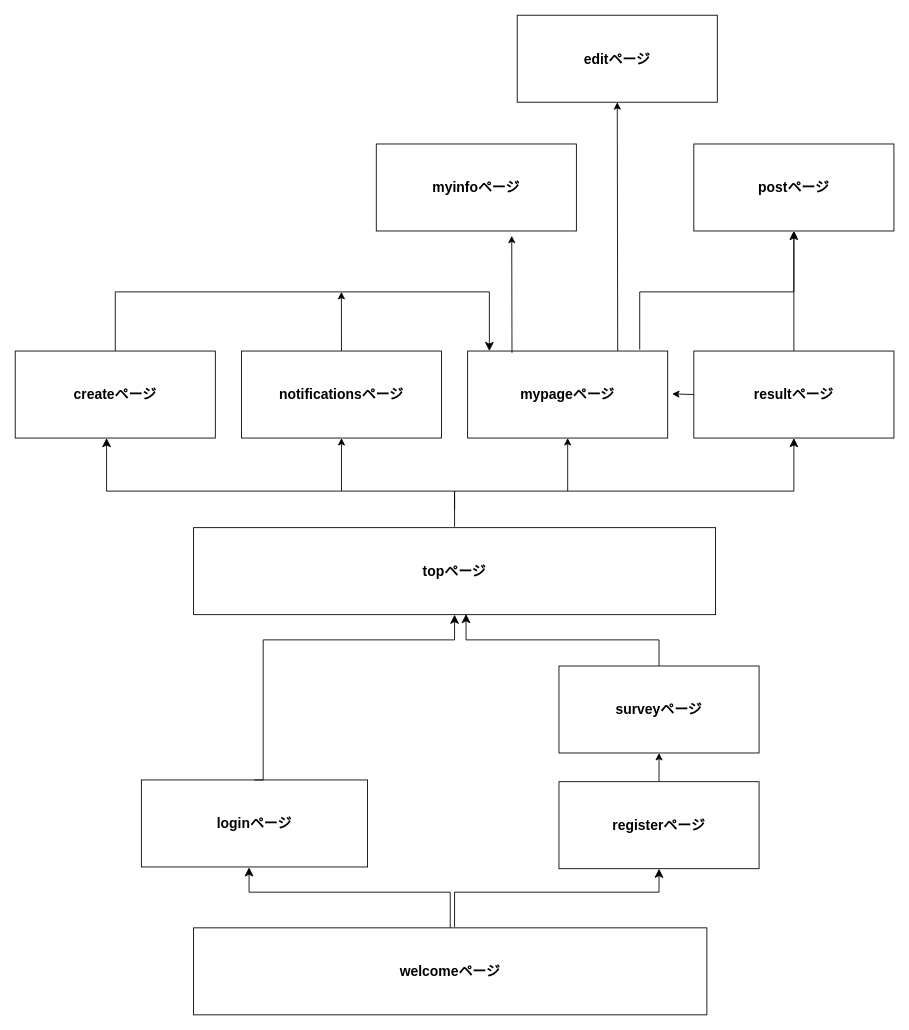
Earlier version of the draw.io diagram plan-sheat/ Screen-transition-diagram.dio (a-yaka/Trippy). Source tidied: cells renumbered, new cells numbered last; positions are measured from the earlier drawing's top-left corner, leaving out a move shared by most shapes. Both pictures are drawn from the tidied source at 87%, with x=0, y=0 at pixel (15, 15).
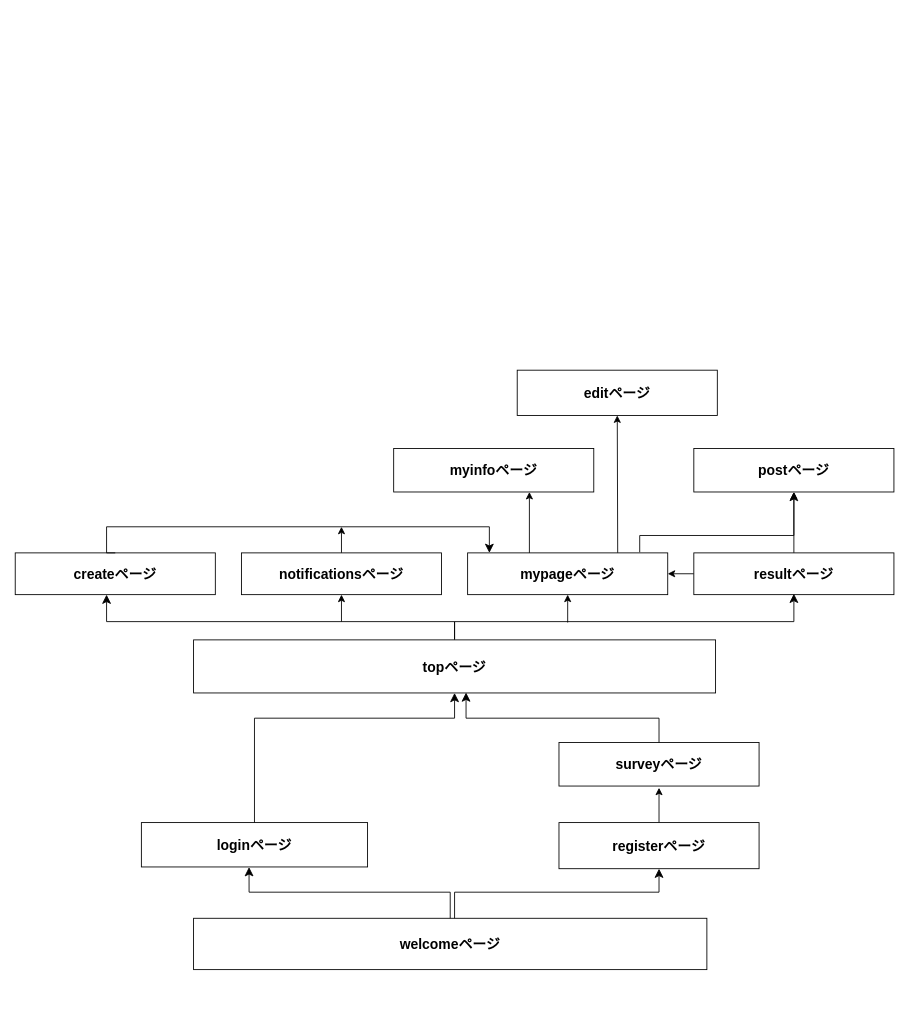
The same page after the edit.

Diff of the diagram source:
```diff
@@
     <mxCell id="2" value="&lt;font size=&quot;1&quot; style=&quot;&quot;&gt;&lt;b style=&quot;font-size: 16px;&quot;&gt;welcomeページ&lt;/b&gt;&lt;/font&gt;" style="rounded=0;whiteSpace=wrap;html=1;" parent="1" vertex="1">
-      <mxGeometry x="205" y="1049" width="590" height="100" as="geometry" />
+      <mxGeometry x="205" y="1038" width="590" height="59" as="geometry" />
     </mxCell>
-    <mxCell id="3" style="edgeStyle=none;html=1;exitX=0.5;exitY=0;exitDx=0;exitDy=0;entryX=0.5;entryY=1;entryDx=0;entryDy=0;fontSize=16;" parent="1" edge="1" source="4" target="8">
-      <mxGeometry relative="1" as="geometry" />
+    <mxCell id="3" style="edgeStyle=none;html=1;exitX=0.5;exitY=0;exitDx=0;exitDy=0;fontSize=16;" parent="1" edge="1" source="4">
+      <mxGeometry relative="1" as="geometry">
+        <mxPoint x="740" y="888" as="targetPoint" />
+      </mxGeometry>
     </mxCell>
     <mxCell id="4" value="&lt;b&gt;&lt;font style=&quot;font-size: 16px;&quot;&gt;registerページ&lt;/font&gt;&lt;/b&gt;" style="rounded=0;whiteSpace=wrap;html=1;" parent="1" vertex="1">
-      <mxGeometry x="625" y="881" width="230" height="100" as="geometry" />
+      <mxGeometry x="625" y="928" width="230" height="53" as="geometry" />
     </mxCell>
     <mxCell id="5" value="&lt;span style=&quot;font-size: 16px;&quot;&gt;&lt;b&gt;loginページ&lt;/b&gt;&lt;/span&gt;" style="rounded=0;whiteSpace=wrap;html=1;" parent="1" vertex="1">
-      <mxGeometry x="145" y="879" width="260" height="100" as="geometry" />
+      <mxGeometry x="145" y="928" width="260" height="51" as="geometry" />
     </mxCell>
@@
     <mxCell id="7" style="edgeStyle=segmentEdgeStyle;endArrow=classic;html=1;curved=0;rounded=0;endSize=8;startSize=8;sourcePerimeterSpacing=0;targetPerimeterSpacing=0;fontSize=16;entryX=0.5;entryY=1;entryDx=0;entryDy=0;" parent="1" edge="1" target="4">
       <mxGeometry relative="1" as="geometry">
-        <mxPoint x="505" y="1048" as="sourcePoint" />
+        <mxPoint x="505" y="1038" as="sourcePoint" />
         <Array as="points">
           <mxPoint x="505" y="1008" />
           <mxPoint x="740" y="1008" />
         </Array>
       </mxGeometry>
     </mxCell>
     <mxCell id="8" value="&lt;font style=&quot;font-size: 16px;&quot;&gt;&lt;b&gt;surveyページ&lt;/b&gt;&lt;/font&gt;" style="rounded=0;whiteSpace=wrap;html=1;" parent="1" vertex="1">
-      <mxGeometry x="625" y="748" width="230" height="100" as="geometry" />
+      <mxGeometry x="625" y="836" width="230" height="50" as="geometry" />
     </mxCell>
     <mxCell id="9" value="&lt;font style=&quot;font-size: 16px;&quot;&gt;&lt;b&gt;topページ&lt;/b&gt;&lt;/font&gt;" style="rounded=0;whiteSpace=wrap;html=1;" parent="1" vertex="1">
-      <mxGeometry x="205" y="589" width="600" height="100" as="geometry" />
+      <mxGeometry x="205" y="718" width="600" height="61" as="geometry" />
     </mxCell>
     <mxCell id="10" style="edgeStyle=segmentEdgeStyle;endArrow=classic;html=1;curved=0;rounded=0;endSize=8;startSize=8;sourcePerimeterSpacing=0;targetPerimeterSpacing=0;fontSize=16;exitX=0.5;exitY=0;exitDx=0;exitDy=0;" parent="1" edge="1" source="5" target="9">
       <mxGeometry relative="1" as="geometry">
         <Array as="points">
-          <mxPoint x="285" y="879" />
-          <mxPoint x="285" y="718" />
-          <mxPoint x="505" y="718" />
+          <mxPoint x="275" y="808" />
+          <mxPoint x="505" y="808" />
         </Array>
       </mxGeometry>
     </mxCell>
     <mxCell id="11" style="edgeStyle=segmentEdgeStyle;endArrow=classic;html=1;curved=0;rounded=0;endSize=8;startSize=8;sourcePerimeterSpacing=0;targetPerimeterSpacing=0;fontSize=16;exitX=0.5;exitY=0;exitDx=0;exitDy=0;entryX=0.522;entryY=0.992;entryDx=0;entryDy=0;entryPerimeter=0;" parent="1" edge="1" source="8" target="9">
       <mxGeometry relative="1" as="geometry">
         <Array as="points">
-          <mxPoint x="740" y="718" />
-          <mxPoint x="518" y="718" />
+          <mxPoint x="740" y="808" />
+          <mxPoint x="518" y="808" />
         </Array>
       </mxGeometry>
     </mxCell>
     <mxCell id="12" value="&lt;font style=&quot;font-size: 16px;&quot;&gt;&lt;b&gt;createページ&lt;/b&gt;&lt;/font&gt;" style="rounded=0;whiteSpace=wrap;html=1;" parent="1" vertex="1">
-      <mxGeometry y="386" width="230" height="100" as="geometry" />
+      <mxGeometry y="618" width="230" height="48" as="geometry" />
     </mxCell>
     <mxCell id="13" style="edgeStyle=segmentEdgeStyle;endArrow=classic;html=1;curved=0;rounded=0;endSize=8;startSize=8;sourcePerimeterSpacing=0;targetPerimeterSpacing=0;fontSize=16;exitX=0.5;exitY=0;exitDx=0;exitDy=0;" parent="1" edge="1" target="12">
       <mxGeometry relative="1" as="geometry">
-        <mxPoint x="505" y="568" as="sourcePoint" />
+        <mxPoint x="505" y="718" as="sourcePoint" />
         <Array as="points">
-          <mxPoint x="505" y="547" />
-          <mxPoint x="105" y="547" />
+          <mxPoint x="505" y="697" />
+          <mxPoint x="105" y="697" />
         </Array>
       </mxGeometry>
     </mxCell>
     <mxCell id="14" style="edgeStyle=none;html=1;exitX=0.5;exitY=0;exitDx=0;exitDy=0;fontSize=16;" parent="1" edge="1" source="15">
       <mxGeometry relative="1" as="geometry">
-        <mxPoint x="374.9" y="318" as="targetPoint" />
+        <mxPoint x="375" y="588" as="targetPoint" />
       </mxGeometry>
     </mxCell>
     <mxCell id="15" value="&lt;font style=&quot;font-size: 16px;&quot;&gt;&lt;b&gt;notificationsページ&lt;/b&gt;&lt;/font&gt;" style="rounded=0;whiteSpace=wrap;html=1;" parent="1" vertex="1">
-      <mxGeometry x="260" y="386" width="230" height="100" as="geometry" />
+      <mxGeometry x="260" y="618" width="230" height="48" as="geometry" />
     </mxCell>
@@
     <mxCell id="17" value="&lt;font style=&quot;font-size: 16px;&quot;&gt;&lt;b&gt;mypageページ&lt;/b&gt;&lt;/font&gt;" style="rounded=0;whiteSpace=wrap;html=1;" parent="1" vertex="1">
-      <mxGeometry x="520" y="386" width="230" height="100" as="geometry" />
+      <mxGeometry x="520" y="618" width="230" height="48" as="geometry" />
     </mxCell>
@@
-    <mxCell id="19" style="edgeStyle=none;html=1;exitX=0;exitY=0.5;exitDx=0;exitDy=0;fontSize=16;" parent="1" edge="1" source="20">
-      <mxGeometry relative="1" as="geometry">
-        <mxPoint x="755" y="435.3" as="targetPoint" />
-      </mxGeometry>
+    <mxCell id="19" style="edgeStyle=none;html=1;exitX=0;exitY=0.5;exitDx=0;exitDy=0;fontSize=16;entryX=1;entryY=0.5;entryDx=0;entryDy=0;" parent="1" edge="1" source="20" target="17">
+      <mxGeometry relative="1" as="geometry" />
     </mxCell>
     <mxCell id="20" value="&lt;font style=&quot;font-size: 16px;&quot;&gt;&lt;b&gt;resultページ&lt;/b&gt;&lt;/font&gt;" style="rounded=0;whiteSpace=wrap;html=1;" parent="1" vertex="1">
-      <mxGeometry x="780" y="386" width="230" height="100" as="geometry" />
+      <mxGeometry x="780" y="618" width="230" height="48" as="geometry" />
     </mxCell>
-    <mxCell id="21" style="edgeStyle=segmentEdgeStyle;endArrow=classic;html=1;curved=0;rounded=0;endSize=8;startSize=8;sourcePerimeterSpacing=0;targetPerimeterSpacing=0;fontSize=16;entryX=0.5;entryY=1;entryDx=0;entryDy=0;" parent="1" edge="1" target="20">
+    <mxCell id="21" style="edgeStyle=segmentEdgeStyle;endArrow=classic;html=1;curved=0;rounded=0;endSize=8;startSize=8;sourcePerimeterSpacing=0;targetPerimeterSpacing=0;fontSize=16;entryX=0.5;entryY=1;entryDx=0;entryDy=0;exitX=0.5;exitY=0;exitDx=0;exitDy=0;" parent="1" edge="1">
       <mxGeometry relative="1" as="geometry">
-        <mxPoint x="505" y="588" as="sourcePoint" />
+        <mxPoint x="505" y="717" as="sourcePoint" />
+        <mxPoint x="895" y="665" as="targetPoint" />
         <Array as="points">
-          <mxPoint x="505" y="547" />
-          <mxPoint x="895" y="547" />
+          <mxPoint x="505" y="697" />
+          <mxPoint x="895" y="697" />
         </Array>
       </mxGeometry>
     </mxCell>
     <mxCell id="22" style="edgeStyle=none;jettySize=auto;html=1;fontSize=16;entryX=0.5;entryY=1;entryDx=0;entryDy=0;" parent="1" edge="1" target="15">
       <mxGeometry relative="1" as="geometry">
-        <mxPoint x="375" y="547" as="sourcePoint" />
+        <mxPoint x="375" y="697" as="sourcePoint" />
       </mxGeometry>
     </mxCell>
     <mxCell id="23" style="edgeStyle=none;jettySize=auto;html=1;fontSize=16;entryX=0.5;entryY=1;entryDx=0;entryDy=0;" parent="1" edge="1" target="17">
       <mxGeometry relative="1" as="geometry">
-        <mxPoint x="635" y="547" as="sourcePoint" />
+        <mxPoint x="635" y="698" as="sourcePoint" />
       </mxGeometry>
     </mxCell>
     <mxCell id="24" value="&lt;font style=&quot;font-size: 16px;&quot;&gt;&lt;b&gt;myinfoページ&lt;/b&gt;&lt;/font&gt;" style="rounded=0;whiteSpace=wrap;html=1;" parent="1" vertex="1">
-      <mxGeometry x="415" y="148" width="230" height="100" as="geometry" />
+      <mxGeometry x="435" y="498" width="230" height="50" as="geometry" />
     </mxCell>
-    <mxCell id="25" style="edgeStyle=none;jettySize=auto;html=1;fontSize=16;entryX=0.677;entryY=1.055;entryDx=0;entryDy=0;entryPerimeter=0;" parent="1" edge="1" target="24">
+    <mxCell id="25" style="edgeStyle=none;orthogonalLoop=1;jettySize=auto;html=1;fontSize=16;" parent="1" edge="1">
       <mxGeometry relative="1" as="geometry">
-        <mxPoint x="571" y="388" as="sourcePoint" />
+        <mxPoint x="591" y="618" as="sourcePoint" />
+        <mxPoint x="591" y="548" as="targetPoint" />
       </mxGeometry>
     </mxCell>
     <mxCell id="26" style="edgeStyle=segmentEdgeStyle;endArrow=classic;html=1;curved=0;rounded=0;endSize=8;startSize=8;sourcePerimeterSpacing=0;targetPerimeterSpacing=0;fontSize=16;exitX=0.5;exitY=0;exitDx=0;exitDy=0;" parent="1" edge="1" source="12" target="17">
       <mxGeometry relative="1" as="geometry">
         <Array as="points">
-          <mxPoint x="115" y="318" />
-          <mxPoint x="545" y="318" />
+          <mxPoint x="105" y="618" />
+          <mxPoint x="105" y="588" />
+          <mxPoint x="545" y="588" />
         </Array>
       </mxGeometry>
     </mxCell>
     <mxCell id="27" value="&lt;font style=&quot;font-size: 16px;&quot;&gt;&lt;b&gt;postページ&lt;/b&gt;&lt;/font&gt;" style="rounded=0;whiteSpace=wrap;html=1;" parent="1" vertex="1">
-      <mxGeometry x="780" y="148" width="230" height="100" as="geometry" />
+      <mxGeometry x="780" y="498" width="230" height="50" as="geometry" />
     </mxCell>
     <mxCell id="28" style="edgeStyle=segmentEdgeStyle;endArrow=classic;html=1;curved=0;rounded=0;endSize=8;startSize=8;sourcePerimeterSpacing=0;targetPerimeterSpacing=0;fontSize=16;entryX=0.5;entryY=1;entryDx=0;entryDy=0;exitX=0.86;exitY=-0.016;exitDx=0;exitDy=0;exitPerimeter=0;" parent="1" edge="1" source="17" target="27">
       <mxGeometry relative="1" as="geometry">
         <Array as="points">
-          <mxPoint x="718" y="318" />
-          <mxPoint x="895" y="318" />
+          <mxPoint x="718" y="598" />
+          <mxPoint x="895" y="598" />
         </Array>
       </mxGeometry>
     </mxCell>
     <mxCell id="29" value="&lt;font style=&quot;font-size: 16px;&quot;&gt;&lt;b&gt;editページ&lt;/b&gt;&lt;/font&gt;" style="rounded=0;whiteSpace=wrap;html=1;" parent="1" vertex="1">
-      <mxGeometry x="577" width="230" height="100" as="geometry" />
+      <mxGeometry x="577" y="408" width="230" height="52" as="geometry" />
     </mxCell>
```
